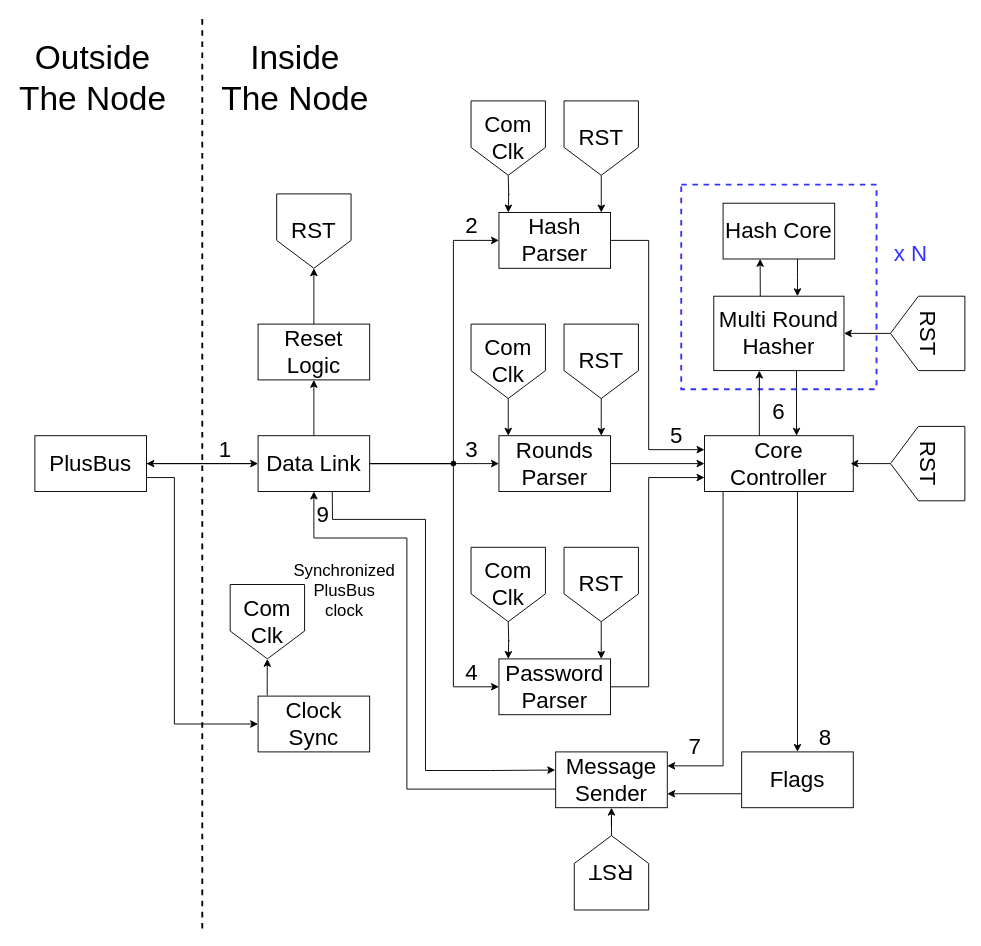
The draw.io diagram figures/prototype/node_structure/node_structure.drawio in Niclasapdk/ESD3_project, before the edit. Source tidied: cells renumbered, new cells numbered last; positions are measured from the earlier drawing's top-left corner, leaving out a move shared by most shapes. Both pictures are drawn from the tidied source at 93%, with x=0, y=0 at pixel (16, 17).
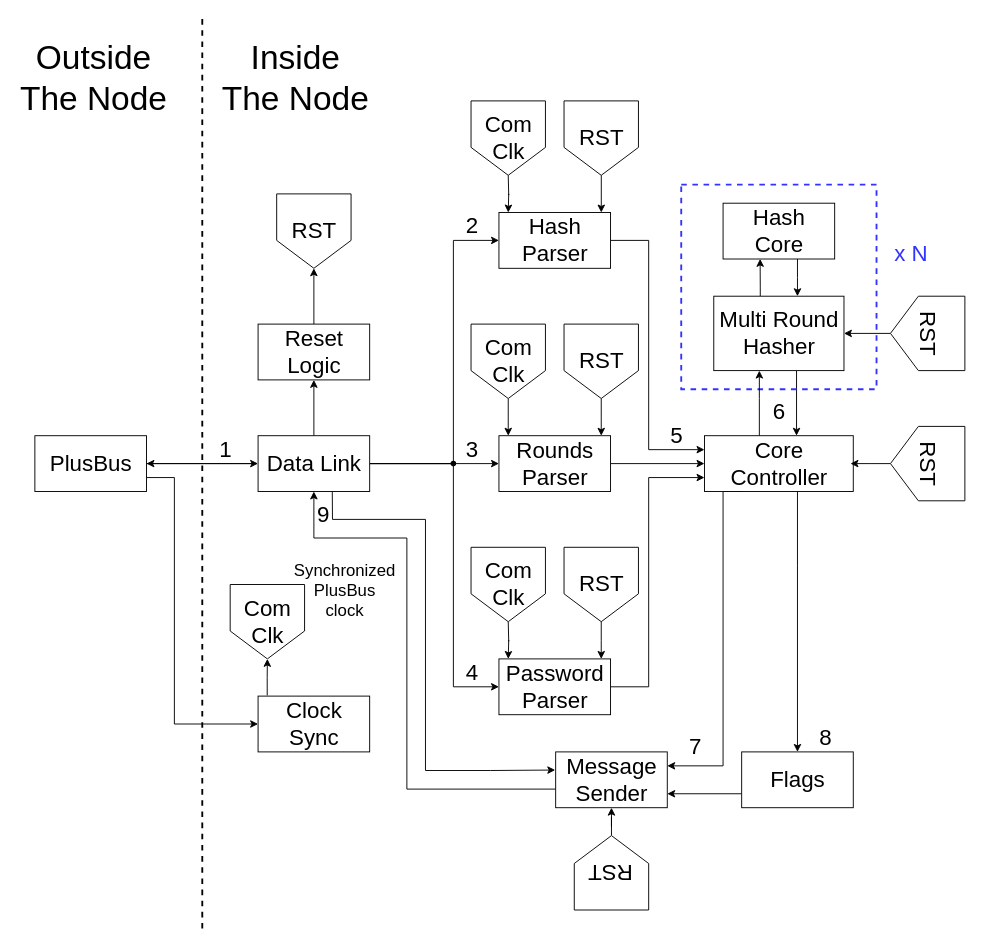
Above is the later version.

What changed in the source:
```diff
@@
-    <mxCell id="4" value="&lt;font style=&quot;font-size: 24px;&quot;&gt;PlusBus&lt;/font&gt;" style="rounded=0;whiteSpace=wrap;html=1;fontSize=16;" parent="1" vertex="1">
+    <mxCell id="4" value="&lt;font style=&quot;font-size: 24px;&quot;&gt;PlusBus&lt;/font&gt;" style="rounded=0;html=1;fontSize=16;" parent="1" vertex="1">
       <mxGeometry x="20" y="450" width="120" height="60" as="geometry" />
     </mxCell>
@@
-    <mxCell id="7" value="&lt;font style=&quot;font-size: 24px;&quot;&gt;Clock Sync&lt;br&gt;&lt;/font&gt;" style="rounded=0;whiteSpace=wrap;html=1;" parent="1" vertex="1">
+    <mxCell id="7" value="&lt;font style=&quot;font-size: 24px;&quot;&gt;Clock&lt;br&gt;Sync&lt;br&gt;&lt;/font&gt;" style="rounded=0;html=1;" parent="1" vertex="1">
       <mxGeometry x="260" y="730" width="120" height="60" as="geometry" />
     </mxCell>
@@
-    <mxCell id="12" value="&lt;font style=&quot;font-size: 24px;&quot;&gt;Data Link&lt;br&gt;&lt;/font&gt;" style="rounded=0;whiteSpace=wrap;html=1;" parent="1" vertex="1">
+    <mxCell id="12" value="&lt;font style=&quot;font-size: 24px;&quot;&gt;Data Link&lt;br&gt;&lt;/font&gt;" style="rounded=0;html=1;" parent="1" vertex="1">
       <mxGeometry x="260" y="450" width="120" height="60" as="geometry" />
     </mxCell>
-    <mxCell id="13" value="&lt;font style=&quot;font-size: 24px;&quot;&gt;Com&lt;br&gt;Clk&lt;br&gt;&lt;/font&gt;" style="shape=offPageConnector;whiteSpace=wrap;html=1;" parent="1" vertex="1">
+    <mxCell id="13" value="&lt;font style=&quot;font-size: 24px;&quot;&gt;Com&lt;br&gt;Clk&lt;br&gt;&lt;/font&gt;" style="shape=offPageConnector;html=1;" parent="1" vertex="1">
       <mxGeometry x="230" y="610" width="80" height="80" as="geometry" />
     </mxCell>
@@
-    <mxCell id="15" value="&lt;font style=&quot;font-size: 24px;&quot;&gt;Reset Logic&lt;br&gt;&lt;/font&gt;" style="rounded=0;whiteSpace=wrap;html=1;fontSize=16;" parent="1" vertex="1">
+    <mxCell id="15" value="&lt;font style=&quot;font-size: 24px;&quot;&gt;Reset&lt;br&gt;Logic&lt;br&gt;&lt;/font&gt;" style="rounded=0;html=1;fontSize=16;" parent="1" vertex="1">
       <mxGeometry x="260" y="330" width="120" height="60" as="geometry" />
     </mxCell>
-    <mxCell id="16" value="&lt;font style=&quot;font-size: 24px;&quot;&gt;RST&lt;/font&gt;" style="shape=offPageConnector;whiteSpace=wrap;html=1;" parent="1" vertex="1">
+    <mxCell id="16" value="&lt;font style=&quot;font-size: 24px;&quot;&gt;RST&lt;/font&gt;" style="shape=offPageConnector;html=1;" parent="1" vertex="1">
       <mxGeometry x="280" y="190" width="80" height="80" as="geometry" />
     </mxCell>
@@
-    <mxCell id="18" value="&lt;font style=&quot;font-size: 24px;&quot;&gt;Rounds Parser&lt;br&gt;&lt;/font&gt;" style="rounded=0;whiteSpace=wrap;html=1;fontSize=16;" parent="1" vertex="1">
+    <mxCell id="18" value="&lt;font style=&quot;font-size: 24px;&quot;&gt;Rounds&lt;br&gt;Parser&lt;br&gt;&lt;/font&gt;" style="rounded=0;html=1;fontSize=16;" parent="1" vertex="1">
       <mxGeometry x="519" y="450" width="120" height="60" as="geometry" />
     </mxCell>
@@
-    <mxCell id="20" value="&lt;font style=&quot;font-size: 24px;&quot;&gt;Hash Parser&lt;br&gt;&lt;/font&gt;" style="rounded=0;whiteSpace=wrap;html=1;fontSize=16;" parent="1" vertex="1">
+    <mxCell id="20" value="&lt;font style=&quot;font-size: 24px;&quot;&gt;Hash&lt;br&gt;Parser&lt;br&gt;&lt;/font&gt;" style="rounded=0;html=1;fontSize=16;" parent="1" vertex="1">
       <mxGeometry x="519" y="210" width="120" height="60" as="geometry" />
     </mxCell>
@@
-    <mxCell id="22" value="&lt;font style=&quot;font-size: 24px;&quot;&gt;Password&lt;br&gt;Parser&lt;br&gt;&lt;/font&gt;" style="rounded=0;whiteSpace=wrap;html=1;fontSize=16;" parent="1" vertex="1">
+    <mxCell id="22" value="&lt;font style=&quot;font-size: 24px;&quot;&gt;Password&lt;br&gt;Parser&lt;br&gt;&lt;/font&gt;" style="rounded=0;html=1;fontSize=16;" parent="1" vertex="1">
       <mxGeometry x="519" y="690" width="120" height="60" as="geometry" />
     </mxCell>
@@
-    <mxCell id="24" value="&lt;font style=&quot;font-size: 24px;&quot;&gt;Com&lt;br&gt;Clk&lt;br&gt;&lt;/font&gt;" style="shape=offPageConnector;whiteSpace=wrap;html=1;" parent="1" vertex="1">
+    <mxCell id="24" value="&lt;font style=&quot;font-size: 24px;&quot;&gt;Com&lt;br&gt;Clk&lt;br&gt;&lt;/font&gt;" style="shape=offPageConnector;html=1;" parent="1" vertex="1">
       <mxGeometry x="489" y="90" width="80" height="80" as="geometry" />
     </mxCell>
@@
-    <mxCell id="26" value="&lt;font style=&quot;font-size: 24px;&quot;&gt;Com&lt;br&gt;Clk&lt;br&gt;&lt;/font&gt;" style="shape=offPageConnector;whiteSpace=wrap;html=1;" parent="1" vertex="1">
+    <mxCell id="26" value="&lt;font style=&quot;font-size: 24px;&quot;&gt;Com&lt;br&gt;Clk&lt;br&gt;&lt;/font&gt;" style="shape=offPageConnector;html=1;" parent="1" vertex="1">
       <mxGeometry x="489" y="330" width="80" height="80" as="geometry" />
     </mxCell>
@@
-    <mxCell id="28" value="&lt;font style=&quot;font-size: 24px;&quot;&gt;Com&lt;br&gt;Clk&lt;br&gt;&lt;/font&gt;" style="shape=offPageConnector;whiteSpace=wrap;html=1;" parent="1" vertex="1">
+    <mxCell id="28" value="&lt;font style=&quot;font-size: 24px;&quot;&gt;Com&lt;br&gt;Clk&lt;br&gt;&lt;/font&gt;" style="shape=offPageConnector;html=1;" parent="1" vertex="1">
       <mxGeometry x="489" y="570" width="80" height="80" as="geometry" />
     </mxCell>
@@
-    <mxCell id="30" value="&lt;font style=&quot;font-size: 24px;&quot;&gt;RST&lt;/font&gt;" style="shape=offPageConnector;whiteSpace=wrap;html=1;" parent="1" vertex="1">
+    <mxCell id="30" value="&lt;font style=&quot;font-size: 24px;&quot;&gt;RST&lt;/font&gt;" style="shape=offPageConnector;html=1;" parent="1" vertex="1">
       <mxGeometry x="589" y="90" width="80" height="80" as="geometry" />
     </mxCell>
@@
-    <mxCell id="32" value="&lt;font style=&quot;font-size: 24px;&quot;&gt;RST&lt;/font&gt;" style="shape=offPageConnector;whiteSpace=wrap;html=1;" parent="1" vertex="1">
+    <mxCell id="32" value="&lt;font style=&quot;font-size: 24px;&quot;&gt;RST&lt;/font&gt;" style="shape=offPageConnector;html=1;" parent="1" vertex="1">
       <mxGeometry x="589" y="330" width="80" height="80" as="geometry" />
     </mxCell>
@@
-    <mxCell id="34" value="&lt;font style=&quot;font-size: 24px;&quot;&gt;RST&lt;/font&gt;" style="shape=offPageConnector;whiteSpace=wrap;html=1;" parent="1" vertex="1">
+    <mxCell id="34" value="&lt;font style=&quot;font-size: 24px;&quot;&gt;RST&lt;/font&gt;" style="shape=offPageConnector;html=1;" parent="1" vertex="1">
       <mxGeometry x="589" y="570" width="80" height="80" as="geometry" />
     </mxCell>
@@
-    <mxCell id="37" value="&lt;font style=&quot;font-size: 24px;&quot;&gt;Core Controller&lt;br&gt;&lt;/font&gt;" style="rounded=0;whiteSpace=wrap;html=1;fontSize=16;" parent="1" vertex="1">
+    <mxCell id="37" value="&lt;font style=&quot;font-size: 24px;&quot;&gt;Core&lt;br&gt;Controller&lt;br&gt;&lt;/font&gt;" style="rounded=0;html=1;fontSize=16;" parent="1" vertex="1">
       <mxGeometry x="740" y="450" width="160" height="60" as="geometry" />
     </mxCell>
@@
-    <mxCell id="39" value="&lt;font style=&quot;font-size: 24px;&quot;&gt;Message Sender&lt;font&gt;&lt;br&gt;&lt;/font&gt;&lt;/font&gt;" style="rounded=0;whiteSpace=wrap;html=1;fontSize=16;" parent="1" vertex="1">
+    <mxCell id="39" value="&lt;font style=&quot;font-size: 24px;&quot;&gt;Message&lt;br&gt;Sender&lt;font&gt;&lt;br&gt;&lt;/font&gt;&lt;/font&gt;" style="rounded=0;html=1;fontSize=16;" parent="1" vertex="1">
       <mxGeometry x="580" y="790" width="120" height="60" as="geometry" />
     </mxCell>
@@
-    <mxCell id="41" value="&lt;font style=&quot;font-size: 24px;&quot;&gt;Flags&lt;/font&gt;" style="rounded=0;whiteSpace=wrap;html=1;fontSize=16;" parent="1" vertex="1">
+    <mxCell id="41" value="&lt;font style=&quot;font-size: 24px;&quot;&gt;Flags&lt;/font&gt;" style="rounded=0;html=1;fontSize=16;" parent="1" vertex="1">
       <mxGeometry x="780" y="790" width="120" height="60" as="geometry" />
     </mxCell>
@@
-    <mxCell id="43" style="rounded=0;whiteSpace=wrap;html=1;fontSize=16;gradientColor=none;fillColor=none;dashed=1;strokeWidth=2;strokeColor=#3333FF;" parent="1" vertex="1">
+    <mxCell id="43" style="rounded=0;html=1;fontSize=16;gradientColor=none;fillColor=none;dashed=1;strokeWidth=2;strokeColor=#3333FF;" parent="1" vertex="1">
       <mxGeometry x="715" y="180" width="210" height="220" as="geometry" />
     </mxCell>
@@
-    <mxCell id="45" value="&lt;font style=&quot;font-size: 24px;&quot;&gt;Multi Round Hasher&lt;br&gt;&lt;/font&gt;" style="rounded=0;whiteSpace=wrap;html=1;fontSize=16;" parent="1" vertex="1">
+    <mxCell id="45" value="&lt;font style=&quot;font-size: 24px;&quot;&gt;Multi Round&lt;br&gt;Hasher&lt;br&gt;&lt;/font&gt;" style="rounded=0;html=1;fontSize=16;" parent="1" vertex="1">
       <mxGeometry x="750" y="300" width="140" height="80" as="geometry" />
     </mxCell>
@@
-    <mxCell id="47" value="&lt;font style=&quot;font-size: 24px;&quot;&gt;Hash Core&lt;br&gt;&lt;/font&gt;" style="rounded=0;whiteSpace=wrap;html=1;fontSize=16;" parent="1" vertex="1">
+    <mxCell id="47" value="&lt;font style=&quot;font-size: 24px;&quot;&gt;Hash&lt;br&gt;Core&lt;br&gt;&lt;/font&gt;" style="rounded=0;html=1;fontSize=16;" parent="1" vertex="1">
       <mxGeometry x="760" y="200" width="120" height="60" as="geometry" />
     </mxCell>
-    <mxCell id="48" value="&lt;font color=&quot;#3333ff&quot; style=&quot;font-size: 24px;&quot;&gt;x N&lt;br&gt;&lt;/font&gt;" style="text;html=1;strokeColor=none;fillColor=none;align=center;verticalAlign=middle;whiteSpace=wrap;rounded=0;" parent="1" vertex="1">
+    <mxCell id="48" value="&lt;font color=&quot;#3333ff&quot; style=&quot;font-size: 24px;&quot;&gt;x N&lt;br&gt;&lt;/font&gt;" style="text;html=1;strokeColor=none;fillColor=none;align=center;verticalAlign=middle;rounded=0;" parent="1" vertex="1">
       <mxGeometry x="932" y="240" width="60" height="30" as="geometry" />
     </mxCell>
@@
-    <mxCell id="50" value="&lt;div&gt;&lt;font style=&quot;font-size: 36px;&quot;&gt;Inside&lt;/font&gt;&lt;/div&gt;&lt;div&gt;&lt;font style=&quot;font-size: 36px;&quot;&gt;The Node&lt;/font&gt;&lt;/div&gt;" style="text;html=1;strokeColor=none;fillColor=none;align=center;verticalAlign=middle;whiteSpace=wrap;rounded=0;" parent="1" vertex="1">
+    <mxCell id="50" value="&lt;div&gt;&lt;font style=&quot;font-size: 36px;&quot;&gt;Inside&lt;/font&gt;&lt;/div&gt;&lt;div&gt;&lt;font style=&quot;font-size: 36px;&quot;&gt;The Node&lt;/font&gt;&lt;/div&gt;" style="text;html=1;strokeColor=none;fillColor=none;align=center;verticalAlign=middle;rounded=0;" parent="1" vertex="1">
       <mxGeometry x="195" y="50" width="210" height="30" as="geometry" />
     </mxCell>
-    <mxCell id="51" value="&lt;font style=&quot;font-size: 36px;&quot;&gt;Outside&lt;font&gt; The Node&lt;/font&gt;&lt;/font&gt;" style="text;html=1;strokeColor=none;fillColor=none;align=center;verticalAlign=middle;whiteSpace=wrap;rounded=0;" parent="1" vertex="1">
+    <mxCell id="51" value="&lt;font style=&quot;font-size: 36px;&quot;&gt;Outside&lt;br&gt;&lt;font&gt;The Node&lt;/font&gt;&lt;/font&gt;" style="text;html=1;strokeColor=none;fillColor=none;align=center;verticalAlign=middle;rounded=0;" parent="1" vertex="1">
       <mxGeometry y="25" width="165" height="80" as="geometry" />
     </mxCell>
-    <mxCell id="52" value="&lt;font style=&quot;font-size: 24px;&quot;&gt;2&lt;/font&gt;" style="text;html=1;strokeColor=none;fillColor=none;align=center;verticalAlign=middle;whiteSpace=wrap;rounded=0;" parent="1" vertex="1">
+    <mxCell id="52" value="&lt;font style=&quot;font-size: 24px;&quot;&gt;2&lt;/font&gt;" style="text;html=1;strokeColor=none;fillColor=none;align=center;verticalAlign=middle;rounded=0;" parent="1" vertex="1">
       <mxGeometry x="460" y="210" width="60" height="30" as="geometry" />
     </mxCell>
-    <mxCell id="53" value="&lt;font style=&quot;font-size: 24px;&quot;&gt;1&lt;/font&gt;" style="text;html=1;strokeColor=none;fillColor=none;align=center;verticalAlign=middle;whiteSpace=wrap;rounded=0;" parent="1" vertex="1">
+    <mxCell id="53" value="&lt;font style=&quot;font-size: 24px;&quot;&gt;1&lt;/font&gt;" style="text;html=1;strokeColor=none;fillColor=none;align=center;verticalAlign=middle;rounded=0;" parent="1" vertex="1">
       <mxGeometry x="195" y="450" width="60" height="30" as="geometry" />
     </mxCell>
-    <mxCell id="54" value="&lt;font style=&quot;font-size: 24px;&quot;&gt;3&lt;/font&gt;" style="text;html=1;strokeColor=none;fillColor=none;align=center;verticalAlign=middle;whiteSpace=wrap;rounded=0;" parent="1" vertex="1">
+    <mxCell id="54" value="&lt;font style=&quot;font-size: 24px;&quot;&gt;3&lt;/font&gt;" style="text;html=1;strokeColor=none;fillColor=none;align=center;verticalAlign=middle;rounded=0;" parent="1" vertex="1">
       <mxGeometry x="460" y="450" width="60" height="30" as="geometry" />
     </mxCell>
-    <mxCell id="55" value="&lt;font style=&quot;font-size: 24px;&quot;&gt;4&lt;/font&gt;" style="text;html=1;strokeColor=none;fillColor=none;align=center;verticalAlign=middle;whiteSpace=wrap;rounded=0;" parent="1" vertex="1">
+    <mxCell id="55" value="&lt;font style=&quot;font-size: 24px;&quot;&gt;4&lt;/font&gt;" style="text;html=1;strokeColor=none;fillColor=none;align=center;verticalAlign=middle;rounded=0;" parent="1" vertex="1">
       <mxGeometry x="460" y="690" width="60" height="30" as="geometry" />
     </mxCell>
-    <mxCell id="56" value="&lt;font style=&quot;font-size: 24px;&quot;&gt;5&lt;/font&gt;" style="text;html=1;strokeColor=none;fillColor=none;align=center;verticalAlign=middle;whiteSpace=wrap;rounded=0;" parent="1" vertex="1">
+    <mxCell id="56" value="&lt;font style=&quot;font-size: 24px;&quot;&gt;5&lt;/font&gt;" style="text;html=1;strokeColor=none;fillColor=none;align=center;verticalAlign=middle;rounded=0;" parent="1" vertex="1">
       <mxGeometry x="680" y="435" width="60" height="30" as="geometry" />
     </mxCell>
@@
-    <mxCell id="58" value="&lt;font style=&quot;font-size: 24px;&quot;&gt;6&lt;/font&gt;" style="text;html=1;strokeColor=none;fillColor=none;align=center;verticalAlign=middle;whiteSpace=wrap;rounded=0;" parent="1" vertex="1">
+    <mxCell id="58" value="&lt;font style=&quot;font-size: 24px;&quot;&gt;6&lt;/font&gt;" style="text;html=1;strokeColor=none;fillColor=none;align=center;verticalAlign=middle;rounded=0;" parent="1" vertex="1">
       <mxGeometry x="790" y="410" width="60" height="30" as="geometry" />
     </mxCell>
-    <mxCell id="59" value="&lt;font style=&quot;font-size: 24px;&quot;&gt;7&lt;/font&gt;" style="text;html=1;strokeColor=none;fillColor=none;align=center;verticalAlign=middle;whiteSpace=wrap;rounded=0;" parent="1" vertex="1">
+    <mxCell id="59" value="&lt;font style=&quot;font-size: 24px;&quot;&gt;7&lt;/font&gt;" style="text;html=1;strokeColor=none;fillColor=none;align=center;verticalAlign=middle;rounded=0;" parent="1" vertex="1">
       <mxGeometry x="700" y="770" width="60" height="30" as="geometry" />
     </mxCell>
-    <mxCell id="60" value="&lt;font style=&quot;font-size: 18px;&quot;&gt;Synchronized PlusBus clock&lt;br&gt;&lt;/font&gt;" style="text;html=1;strokeColor=none;fillColor=none;align=center;verticalAlign=middle;whiteSpace=wrap;rounded=0;" parent="1" vertex="1">
+    <mxCell id="60" value="&lt;font style=&quot;font-size: 18px;&quot;&gt;Synchronized&lt;br&gt;PlusBus&lt;br&gt;clock&lt;br&gt;&lt;/font&gt;" style="text;html=1;strokeColor=none;fillColor=none;align=center;verticalAlign=middle;rounded=0;" parent="1" vertex="1">
       <mxGeometry x="303" y="572" width="100" height="90" as="geometry" />
     </mxCell>
-    <mxCell id="61" value="&lt;font style=&quot;font-size: 24px;&quot;&gt;8&lt;/font&gt;" style="text;html=1;strokeColor=none;fillColor=none;align=center;verticalAlign=middle;whiteSpace=wrap;rounded=0;" parent="1" vertex="1">
+    <mxCell id="61" value="&lt;font style=&quot;font-size: 24px;&quot;&gt;8&lt;/font&gt;" style="text;html=1;strokeColor=none;fillColor=none;align=center;verticalAlign=middle;rounded=0;" parent="1" vertex="1">
       <mxGeometry x="840" y="760" width="60" height="30" as="geometry" />
     </mxCell>
@@
-    <mxCell id="63" value="&lt;font style=&quot;font-size: 24px;&quot;&gt;9&lt;/font&gt;" style="text;html=1;strokeColor=none;fillColor=none;align=center;verticalAlign=middle;whiteSpace=wrap;rounded=0;" parent="1" vertex="1">
+    <mxCell id="63" value="&lt;font style=&quot;font-size: 24px;&quot;&gt;9&lt;/font&gt;" style="text;html=1;strokeColor=none;fillColor=none;align=center;verticalAlign=middle;rounded=0;" parent="1" vertex="1">
       <mxGeometry x="300" y="520" width="60" height="30" as="geometry" />
     </mxCell>
@@
-    <mxCell id="66" value="&lt;font style=&quot;font-size: 24px;&quot;&gt;RST&lt;/font&gt;" style="shape=offPageConnector;whiteSpace=wrap;html=1;rotation=90;" parent="1" vertex="1">
+    <mxCell id="66" value="&lt;font style=&quot;font-size: 24px;&quot;&gt;RST&lt;/font&gt;" style="shape=offPageConnector;html=1;rotation=90;" parent="1" vertex="1">
       <mxGeometry x="940" y="300" width="80" height="80" as="geometry" />
     </mxCell>
@@
-    <mxCell id="68" value="&lt;font style=&quot;font-size: 24px;&quot;&gt;RST&lt;/font&gt;" style="shape=offPageConnector;whiteSpace=wrap;html=1;rotation=90;" parent="1" vertex="1">
+    <mxCell id="68" value="&lt;font style=&quot;font-size: 24px;&quot;&gt;RST&lt;/font&gt;" style="shape=offPageConnector;html=1;rotation=90;" parent="1" vertex="1">
       <mxGeometry x="940" y="440" width="80" height="80" as="geometry" />
     </mxCell>
@@
-    <mxCell id="70" value="&lt;font style=&quot;font-size: 24px;&quot;&gt;RST&lt;/font&gt;" style="shape=offPageConnector;whiteSpace=wrap;html=1;rotation=-180;" parent="1" vertex="1">
+    <mxCell id="70" value="&lt;font style=&quot;font-size: 24px;&quot;&gt;RST&lt;/font&gt;" style="shape=offPageConnector;html=1;rotation=-180;" parent="1" vertex="1">
       <mxGeometry x="600" y="880" width="80" height="80" as="geometry" />
     </mxCell>
```
